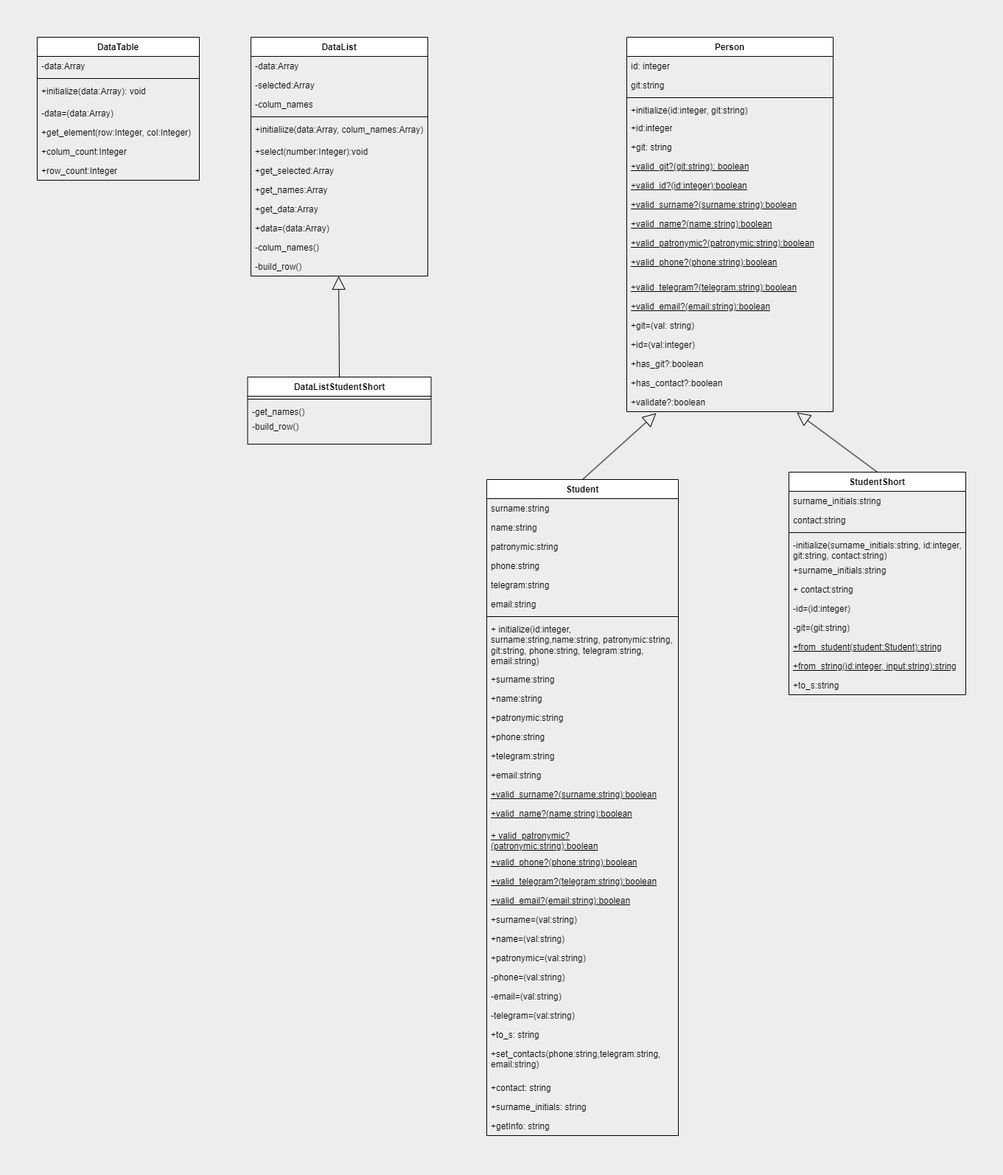
Above: class_student/diagram1.png in llKristina/ruby (draw.io), before the change. Source tidied: cells renumbered, new cells last; positions are measured from the earlier drawing's top-left corner, leaving out a move shared by most shapes.
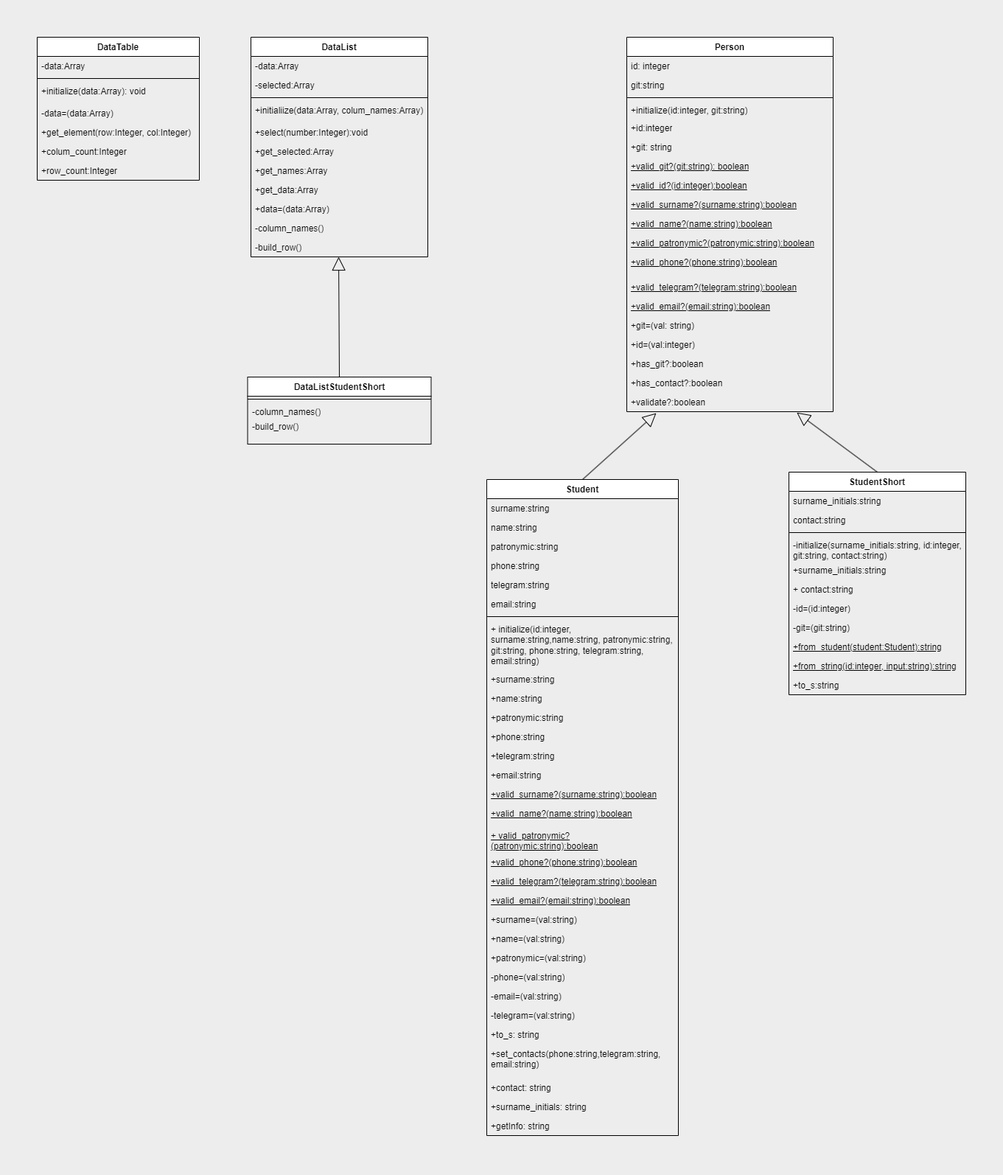
Above is the later version.

Commit message:
lab 4 task 10

update diagram

Change to the diagram source:
```diff
@@ -227,7 +227,7 @@
       <mxGeometry y="168" width="220" height="26" as="geometry" />
     </mxCell>
     <mxCell id="76" value="DataList" style="swimlane;fontStyle=1;align=center;verticalAlign=top;horizontal=1;startSize=26;whiteSpace=wrap;html=1;labelBackgroundColor=none;" parent="1" vertex="1">
-      <mxGeometry x="290" width="240" height="324" as="geometry" />
+      <mxGeometry x="290" width="240" height="298" as="geometry" />
     </mxCell>
     <mxCell id="77" value="-data:Array" style="text;strokeColor=none;fillColor=none;align=left;verticalAlign=top;spacingLeft=4;spacingRight=4;overflow=hidden;whiteSpace=wrap;html=1;labelBackgroundColor=none;" parent="76" vertex="1">
       <mxGeometry y="26" width="240" height="26" as="geometry" />
@@ -235,35 +235,32 @@
     <mxCell id="78" value="-selected:Array" style="text;strokeColor=none;fillColor=none;align=left;verticalAlign=top;spacingLeft=4;spacingRight=4;overflow=hidden;whiteSpace=wrap;html=1;labelBackgroundColor=none;" parent="76" vertex="1">
       <mxGeometry y="52" width="240" height="26" as="geometry" />
     </mxCell>
-    <mxCell id="79" value="-colum_names" style="text;strokeColor=none;fillColor=none;align=left;verticalAlign=top;spacingLeft=4;spacingRight=4;overflow=hidden;whiteSpace=wrap;html=1;labelBackgroundColor=none;" parent="76" vertex="1">
-      <mxGeometry y="78" width="240" height="26" as="geometry" />
-    </mxCell>
     <mxCell id="80" style="line;strokeWidth=1;fillColor=none;align=left;verticalAlign=middle;spacingTop=-1;spacingLeft=3;spacingRight=3;labelPosition=right;labelBackgroundColor=none;" parent="76" vertex="1">
-      <mxGeometry y="104" width="240" height="8" as="geometry" />
+      <mxGeometry y="78" width="240" height="8" as="geometry" />
     </mxCell>
     <mxCell id="81" value="+initialiize(data:Array, colum_names:Array)" style="text;strokeColor=none;fillColor=none;align=left;verticalAlign=top;spacingLeft=4;spacingRight=4;overflow=hidden;whiteSpace=wrap;html=1;labelBackgroundColor=none;" parent="76" vertex="1">
-      <mxGeometry y="112" width="240" height="30" as="geometry" />
+      <mxGeometry y="86" width="240" height="30" as="geometry" />
     </mxCell>
     <mxCell id="82" value="+select(number:Integer):void" style="text;strokeColor=none;fillColor=none;align=left;verticalAlign=top;spacingLeft=4;spacingRight=4;overflow=hidden;whiteSpace=wrap;html=1;labelBackgroundColor=none;" parent="76" vertex="1">
-      <mxGeometry y="142" width="240" height="26" as="geometry" />
+      <mxGeometry y="116" width="240" height="26" as="geometry" />
     </mxCell>
     <mxCell id="83" value="+get_selected:Array" style="text;strokeColor=none;fillColor=none;align=left;verticalAlign=top;spacingLeft=4;spacingRight=4;overflow=hidden;whiteSpace=wrap;html=1;labelBackgroundColor=none;" parent="76" vertex="1">
-      <mxGeometry y="168" width="240" height="26" as="geometry" />
+      <mxGeometry y="142" width="240" height="26" as="geometry" />
     </mxCell>
     <mxCell id="84" value="+get_names:Array" style="text;strokeColor=none;fillColor=none;align=left;verticalAlign=top;spacingLeft=4;spacingRight=4;overflow=hidden;whiteSpace=wrap;html=1;labelBackgroundColor=none;" parent="76" vertex="1">
-      <mxGeometry y="194" width="240" height="26" as="geometry" />
+      <mxGeometry y="168" width="240" height="26" as="geometry" />
     </mxCell>
     <mxCell id="85" value="+get_data:Array" style="text;strokeColor=none;fillColor=none;align=left;verticalAlign=top;spacingLeft=4;spacingRight=4;overflow=hidden;whiteSpace=wrap;html=1;labelBackgroundColor=none;" parent="76" vertex="1">
-      <mxGeometry y="220" width="240" height="26" as="geometry" />
+      <mxGeometry y="194" width="240" height="26" as="geometry" />
     </mxCell>
     <mxCell id="86" value="+data=(data:Array)" style="text;strokeColor=none;fillColor=none;align=left;verticalAlign=top;spacingLeft=4;spacingRight=4;overflow=hidden;whiteSpace=wrap;html=1;labelBackgroundColor=none;" parent="76" vertex="1">
-      <mxGeometry y="246" width="240" height="26" as="geometry" />
+      <mxGeometry y="220" width="240" height="26" as="geometry" />
     </mxCell>
-    <mxCell id="87" value="-colum_names()" style="text;strokeColor=none;fillColor=none;align=left;verticalAlign=top;spacingLeft=4;spacingRight=4;overflow=hidden;whiteSpace=wrap;html=1;labelBackgroundColor=none;" parent="76" vertex="1">
-      <mxGeometry y="272" width="240" height="26" as="geometry" />
+    <mxCell id="87" value="-column_names()" style="text;strokeColor=none;fillColor=none;align=left;verticalAlign=top;spacingLeft=4;spacingRight=4;overflow=hidden;whiteSpace=wrap;html=1;labelBackgroundColor=none;" parent="76" vertex="1">
+      <mxGeometry y="246" width="240" height="26" as="geometry" />
     </mxCell>
     <mxCell id="88" value="-build_row()" style="text;strokeColor=none;fillColor=none;align=left;verticalAlign=top;spacingLeft=4;spacingRight=4;overflow=hidden;points=[[0,0.5],[1,0.5]];portConstraint=eastwest;whiteSpace=wrap;html=1;labelBackgroundColor=none;" parent="76" vertex="1">
-      <mxGeometry y="298" width="240" height="26" as="geometry" />
+      <mxGeometry y="272" width="240" height="26" as="geometry" />
     </mxCell>
     <mxCell id="89" value="DataListStudentShort" style="swimlane;fontStyle=1;align=center;verticalAlign=top;horizontal=1;startSize=26;whiteSpace=wrap;html=1;labelBackgroundColor=none;" parent="1" vertex="1">
       <mxGeometry x="285.5" y="461" width="249" height="91" as="geometry" />
@@ -271,7 +268,7 @@
     <mxCell id="90" style="line;strokeWidth=1;fillColor=none;align=left;verticalAlign=middle;spacingTop=-1;spacingLeft=3;spacingRight=3;labelPosition=right;labelBackgroundColor=none;" parent="89" vertex="1">
       <mxGeometry y="26" width="249" height="8" as="geometry" />
     </mxCell>
-    <mxCell id="91" value="-get_names()" style="text;strokeColor=none;fillColor=none;align=left;verticalAlign=top;spacingLeft=4;spacingRight=4;overflow=hidden;whiteSpace=wrap;html=1;labelBackgroundColor=none;" parent="89" vertex="1">
+    <mxCell id="91" value="-column_names()" style="text;strokeColor=none;fillColor=none;align=left;verticalAlign=top;spacingLeft=4;spacingRight=4;overflow=hidden;whiteSpace=wrap;html=1;labelBackgroundColor=none;" parent="89" vertex="1">
       <mxGeometry y="34" width="249" height="20" as="geometry" />
     </mxCell>
     <mxCell id="92" value="-build_row()" style="text;strokeColor=none;fillColor=none;align=left;verticalAlign=top;spacingLeft=4;spacingRight=4;overflow=hidden;whiteSpace=wrap;html=1;labelBackgroundColor=none;" parent="89" vertex="1">
```
